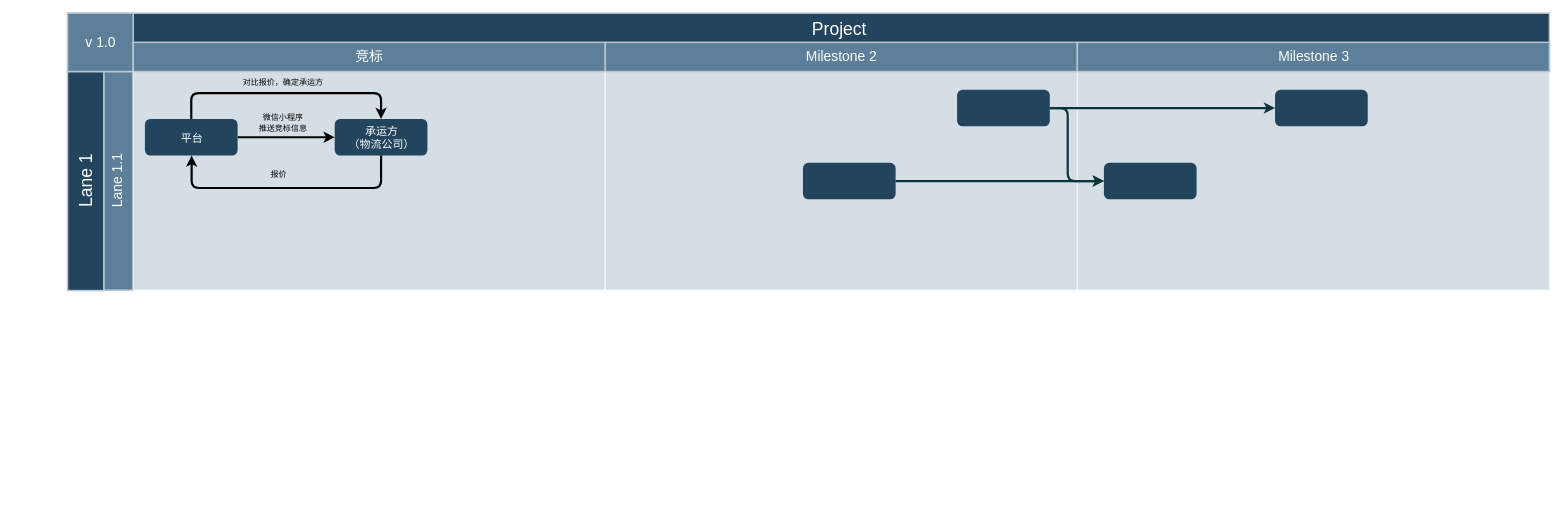
The draw.io diagram draw/KunShan_HuaZhongBao/Untitled Diagram.drawio in hainayun/nanjing_dev, before the edit. Source tidied: cells renumbered, new cells numbered last; positions are measured from the earlier drawing's top-left corner, leaving out a move shared by most shapes. Both pictures are drawn from the tidied source at 73%, with x=0, y=0 at pixel (67, 12).
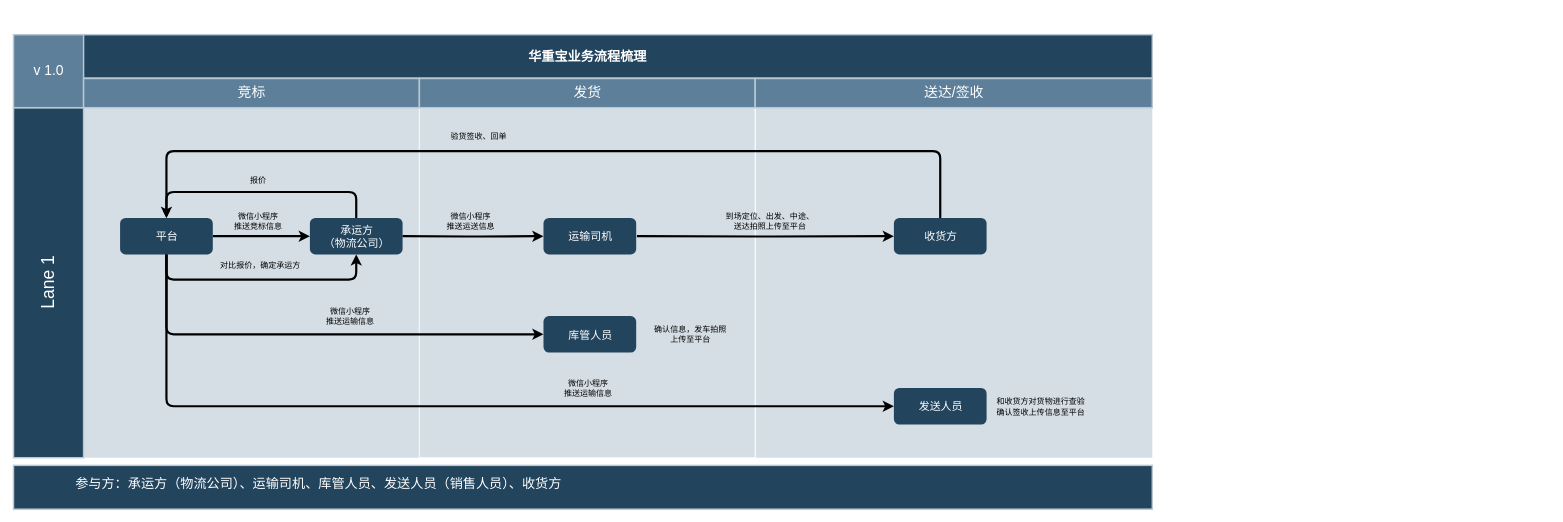
The same page after the edit.

The change refers to these unchanged cells:
```xml
<mxCell id="9" style="edgeStyle=orthogonalEdgeStyle;rounded=1;jettySize=auto;html=1;strokeWidth=3;labelBackgroundColor=none;" parent="1" edge="1" source="13" target="25">
  <mxGeometry relative="1" as="geometry" />
</mxCell>
```

Diff of the diagram source:
```diff
@@
-    <mxCell id="2" value="Project&#10;" style="strokeColor=#BAC8D3;fillColor=#23445D;fontSize=24;strokeWidth=2;fontFamily=Helvetica;html=1;fontColor=#FFFFFF;fontStyle=0;spacingBottom=8;spacingRight=0;spacingLeft=83;" parent="1" vertex="1">
-      <mxGeometry y="0.5" width="2030" height="80" as="geometry" />
+    <mxCell id="2" style="strokeColor=#BAC8D3;fillColor=#23445D;fontSize=24;strokeWidth=2;fontFamily=Helvetica;html=1;fontColor=#FFFFFF;fontStyle=0;spacingBottom=8;spacingRight=0;spacingLeft=83;" parent="1" vertex="1">
+      <mxGeometry x="-68" y="30" width="1554" height="59.5" as="geometry" />
     </mxCell>
     <mxCell id="3" value="Lane 1" style="strokeColor=#BAC8D3;fillColor=#23445D;fontSize=24;strokeWidth=2;horizontal=0;fontFamily=Helvetica;html=1;fontColor=#FFFFFF;fontStyle=0;" parent="1" vertex="1">
-      <mxGeometry y="80.5" width="50" height="300" as="geometry" />
+      <mxGeometry x="-74" y="130" width="96" height="479.5" as="geometry" />
     </mxCell>
-    <mxCell id="4" value="Lane 1.1" style="strokeColor=#BAC8D3;fillColor=#5d7f99;fontSize=19;strokeWidth=2;horizontal=0;fontFamily=Helvetica;html=1;labelBackgroundColor=none;fontColor=#FFFFFF;" parent="1" vertex="1">
-      <mxGeometry x="50" y="80.5" width="40" height="299.5" as="geometry" />
-    </mxCell>
     <mxCell id="5" value="v 1.0" style="strokeColor=#BAC8D3;fillColor=#5d7f99;fontSize=19;strokeWidth=2;fontFamily=Helvetica;html=1;labelBackgroundColor=none;fontColor=#FFFFFF;" parent="1" vertex="1">
-      <mxGeometry y="0.5" width="90" height="80" as="geometry" />
+      <mxGeometry x="-74" y="30" width="96" height="100" as="geometry" />
     </mxCell>
-    <mxCell id="6" style="strokeColor=#FFFFFF;fontSize=18;strokeWidth=2;fontFamily=Helvetica;html=1;opacity=60;fillColor=#BAC8D3;" parent="1" vertex="1">
-      <mxGeometry x="90" y="80.5" width="646.7" height="299.5" as="geometry" />
+    <mxCell id="6" style="fontSize=18;strokeWidth=2;fontFamily=Helvetica;html=1;opacity=60;fillColor=#BAC8D3;strokeColor=none;" parent="1" vertex="1">
+      <mxGeometry x="22" y="130" width="460" height="479.5" as="geometry" />
     </mxCell>
-    <mxCell id="7" style="strokeColor=#FFFFFF;fillColor=#BAC8D3;fontSize=18;strokeWidth=2;fontFamily=Helvetica;html=1;opacity=60;" parent="1" vertex="1">
-      <mxGeometry x="736.7" y="80.5" width="647" height="299.5" as="geometry" />
+    <mxCell id="7" style="fillColor=#BAC8D3;fontSize=18;strokeWidth=2;fontFamily=Helvetica;html=1;opacity=60;strokeColor=#FFFFFF;" parent="1" vertex="1">
+      <mxGeometry x="482" y="130" width="460" height="479.5" as="geometry" />
     </mxCell>
-    <mxCell id="8" style="strokeColor=#FFFFFF;fillColor=#BAC8D3;fontSize=18;strokeWidth=2;fontFamily=Helvetica;html=1;opacity=60;" parent="1" vertex="1">
-      <mxGeometry x="1383.3" y="80.5" width="647" height="299.5" as="geometry" />
+    <mxCell id="8" style="fillColor=#BAC8D3;fontSize=18;strokeWidth=2;fontFamily=Helvetica;html=1;opacity=60;strokeColor=none;" parent="1" vertex="1">
+      <mxGeometry x="943" y="130" width="543" height="479.5" as="geometry" />
     </mxCell>
@@
-    <mxCell id="11" value="对比报价，确定承运方" style="edgeLabel;html=1;align=center;verticalAlign=middle;labelBackgroundColor=none;" parent="9" vertex="1">
+    <mxCell id="11" value="报价" style="edgeLabel;html=1;align=center;verticalAlign=middle;labelBackgroundColor=none;" parent="9" vertex="1">
       <mxGeometry x="0.03" y="3" relative="1" as="geometry">
-        <mxPoint x="-6.7" y="-72.5" as="offset" />
+        <mxPoint x="-6.7" y="-73.5" as="offset" />
       </mxGeometry>
     </mxCell>
+    <mxCell id="28" value="验货签收、回单" style="edgeLabel;html=1;align=center;verticalAlign=middle;labelBackgroundColor=none;" parent="9" vertex="1">
+      <mxGeometry x="0.03" y="3" relative="1" as="geometry">
+        <mxPoint x="295" y="-133.5" as="offset" />
+      </mxGeometry>
+    </mxCell>
-    <mxCell id="12" style="edgeStyle=orthogonalEdgeStyle;rounded=1;jettySize=auto;html=1;entryX=0.5;entryY=0;entryDx=0;entryDy=0;labelBackgroundColor=none;strokeWidth=3;exitX=0.5;exitY=0;exitDx=0;exitDy=0;" parent="1" edge="1" source="13" target="25">
+    <mxCell id="12" style="edgeStyle=orthogonalEdgeStyle;rounded=1;jettySize=auto;html=1;entryX=0.5;entryY=0;entryDx=0;entryDy=0;labelBackgroundColor=none;strokeWidth=3;exitX=0.5;exitY=0;exitDx=0;exitDy=0;" parent="1" edge="1" source="25" target="13">
       <mxGeometry relative="1" as="geometry">
         <Array as="points">
-          <mxPoint x="170" y="110" />
-          <mxPoint x="430" y="110" />
+          <mxPoint x="396" y="245.5" />
+          <mxPoint x="136" y="245.5" />
         </Array>
       </mxGeometry>
     </mxCell>
     <mxCell id="13" value="&lt;font color=&quot;#ffffff&quot;&gt;&lt;span style=&quot;font-size: 15px&quot;&gt;平台&lt;/span&gt;&lt;/font&gt;" style="rounded=1;fillColor=#23445D;strokeColor=none;strokeWidth=2;fontFamily=Helvetica;html=1;gradientColor=none;" parent="1" vertex="1">
-      <mxGeometry x="106" y="145.5" width="127" height="50" as="geometry" />
+      <mxGeometry x="72" y="281" width="127" height="50" as="geometry" />
     </mxCell>
-    <mxCell id="14" style="rounded=1;fillColor=#23445D;strokeColor=none;strokeWidth=2;fontFamily=Helvetica;html=1;gradientColor=none;" parent="1" vertex="1">
-      <mxGeometry x="1007.4" y="205.5" width="127" height="50" as="geometry" />
-    </mxCell>
-    <mxCell id="15" style="rounded=1;fillColor=#23445D;strokeColor=none;strokeWidth=2;fontFamily=Helvetica;html=1;gradientColor=none;" parent="1" vertex="1">
-      <mxGeometry x="1218.6" y="105.5" width="127" height="50" as="geometry" />
-    </mxCell>
-    <mxCell id="16" style="rounded=1;fillColor=#23445D;strokeColor=none;strokeWidth=2;gradientColor=none;fontFamily=Helvetica;html=1;" parent="1" vertex="1">
-      <mxGeometry x="1419.7" y="205.5" width="127" height="50" as="geometry" />
-    </mxCell>
-    <mxCell id="17" style="rounded=1;fillColor=#23445D;strokeColor=none;strokeWidth=2;gradientColor=none;fontFamily=Helvetica;html=1;" parent="1" vertex="1">
-      <mxGeometry x="1654.1" y="105.5" width="127" height="50" as="geometry" />
-    </mxCell>
-    <mxCell id="18" style="edgeStyle=elbowEdgeStyle;elbow=horizontal;strokeWidth=3;strokeColor=#0C343D;fontFamily=Helvetica;html=1;" parent="1" edge="1" source="14" target="16">
-      <mxGeometry x="6.4" y="830.5" as="geometry" />
-    </mxCell>
-    <mxCell id="19" style="edgeStyle=elbowEdgeStyle;elbow=horizontal;strokeWidth=3;strokeColor=#0C343D;fontFamily=Helvetica;html=1;" parent="1" edge="1" source="15" target="16">
-      <mxGeometry x="6.4" y="830.5" as="geometry">
-        <Array as="points">
-          <mxPoint x="1370.1" y="180.5" />
-        </Array>
-      </mxGeometry>
-    </mxCell>
-    <mxCell id="20" style="edgeStyle=elbowEdgeStyle;elbow=horizontal;strokeWidth=3;strokeColor=#0C343D;fontFamily=Helvetica;html=1;" parent="1" edge="1" source="15" target="17">
-      <mxGeometry x="6.4" y="830.5" as="geometry" />
-    </mxCell>
-    <mxCell id="21" style="group;" parent="1" vertex="1">
-      <mxGeometry x="90" y="40.5" width="646.7" height="40" as="geometry" />
-    </mxCell>
+    <mxCell id="25" value="&lt;font color=&quot;#ffffff&quot;&gt;&lt;span style=&quot;font-size: 15px&quot;&gt;承运方&lt;br&gt;（物流公司）&lt;/span&gt;&lt;/font&gt;" style="rounded=1;fillColor=#23445D;strokeColor=none;strokeWidth=2;fontFamily=Helvetica;html=1;gradientColor=none;" parent="1" vertex="1">
+      <mxGeometry x="332" y="281" width="127" height="50" as="geometry" />
+    </mxCell>
+    <mxCell id="26" style="edgeStyle=orthogonalEdgeStyle;rounded=1;jettySize=auto;html=1;strokeWidth=3;labelBackgroundColor=none;exitX=0.5;exitY=1;exitDx=0;exitDy=0;entryX=0.5;entryY=1;entryDx=0;entryDy=0;" parent="1" edge="1" source="13" target="25">
+      <mxGeometry relative="1" as="geometry">
+        <Array as="points">
+          <mxPoint x="136" y="365.5" />
+          <mxPoint x="396" y="365.5" />
+        </Array>
+      </mxGeometry>
+    </mxCell>
+    <mxCell id="27" value="对比报价，确定承运方" style="edgeLabel;html=1;align=center;verticalAlign=middle;labelBackgroundColor=none;" parent="26" vertex="1">
+      <mxGeometry x="0.03" y="3" relative="1" as="geometry">
+        <mxPoint x="-6.7" y="-17" as="offset" />
+      </mxGeometry>
+    </mxCell>
+    <mxCell id="29" value="&lt;font color=&quot;#ffffff&quot;&gt;&lt;span style=&quot;font-size: 15px&quot;&gt;运输司机&lt;/span&gt;&lt;/font&gt;" style="rounded=1;fillColor=#23445D;strokeColor=none;strokeWidth=2;fontFamily=Helvetica;html=1;gradientColor=none;" parent="1" vertex="1">
+      <mxGeometry x="652" y="281" width="127" height="50" as="geometry" />
+    </mxCell>
+    <mxCell id="30" style="edgeStyle=orthogonalEdgeStyle;rounded=1;jettySize=auto;html=1;strokeWidth=3;labelBackgroundColor=none;" parent="1" edge="1" target="29">
+      <mxGeometry relative="1" as="geometry">
+        <mxPoint x="459" y="306" as="sourcePoint" />
+      </mxGeometry>
+    </mxCell>
+    <mxCell id="31" value="微信小程序&lt;br&gt;推送运送信息" style="edgeLabel;html=1;align=center;verticalAlign=middle;labelBackgroundColor=none;" parent="30" vertex="1">
+      <mxGeometry x="0.03" y="3" relative="1" as="geometry">
+        <mxPoint x="-6.7" y="-17.5" as="offset" />
+      </mxGeometry>
+    </mxCell>
+    <mxCell id="32" style="edgeStyle=orthogonalEdgeStyle;rounded=1;jettySize=auto;html=1;strokeWidth=3;labelBackgroundColor=none;" parent="1" edge="1" target="37">
+      <mxGeometry relative="1" as="geometry">
+        <mxPoint x="780" y="306" as="sourcePoint" />
+      </mxGeometry>
+    </mxCell>
+    <mxCell id="33" value="到场定位、出发、中途、&lt;br&gt;送达拍照上传至平台" style="edgeLabel;html=1;align=center;verticalAlign=middle;labelBackgroundColor=none;" parent="32" vertex="1">
+      <mxGeometry x="0.03" y="3" relative="1" as="geometry">
+        <mxPoint x="0.3" y="-17.5" as="offset" />
+      </mxGeometry>
+    </mxCell>
+    <mxCell id="34" value="确认信息，发车拍照&lt;br&gt;上传至平台" style="edgeLabel;html=1;align=center;verticalAlign=middle;labelBackgroundColor=none;" parent="32" vertex="1">
+      <mxGeometry x="0.03" y="3" relative="1" as="geometry">
+        <mxPoint x="-109.2" y="137.5" as="offset" />
+      </mxGeometry>
+    </mxCell>
+    <mxCell id="35" value="和收货方对货物进行查验&lt;br&gt;确认签收上传信息至平台" style="edgeLabel;html=1;align=center;verticalAlign=middle;labelBackgroundColor=none;" parent="32" vertex="1">
+      <mxGeometry x="0.03" y="3" relative="1" as="geometry">
+        <mxPoint x="370.8" y="236.5" as="offset" />
+      </mxGeometry>
+    </mxCell>
+    <mxCell id="36" style="edgeStyle=orthogonalEdgeStyle;rounded=1;jettySize=auto;html=1;entryX=0.5;entryY=0;entryDx=0;entryDy=0;startArrow=none;startFill=0;startSize=6;endSize=0;strokeWidth=3;exitX=0.5;exitY=0;exitDx=0;exitDy=0;" parent="1" edge="1" source="37" target="13">
+      <mxGeometry relative="1" as="geometry">
+        <Array as="points">
+          <mxPoint x="1195" y="189.5" />
+          <mxPoint x="135" y="189.5" />
+        </Array>
+      </mxGeometry>
+    </mxCell>
+    <mxCell id="37" value="&lt;font color=&quot;#ffffff&quot;&gt;&lt;span style=&quot;font-size: 15px&quot;&gt;收货方&lt;/span&gt;&lt;/font&gt;" style="rounded=1;fillColor=#23445D;strokeColor=none;strokeWidth=2;fontFamily=Helvetica;html=1;gradientColor=none;" parent="1" vertex="1">
+      <mxGeometry x="1132" y="281" width="127" height="50" as="geometry" />
+    </mxCell>
+    <mxCell id="38" value="&lt;font color=&quot;#ffffff&quot;&gt;&lt;span style=&quot;font-size: 15px&quot;&gt;库管人员&lt;/span&gt;&lt;/font&gt;" style="rounded=1;fillColor=#23445D;strokeColor=none;strokeWidth=2;fontFamily=Helvetica;html=1;gradientColor=none;" parent="1" vertex="1">
+      <mxGeometry x="652" y="415.5" width="127" height="50" as="geometry" />
+    </mxCell>
+    <mxCell id="39" style="edgeStyle=orthogonalEdgeStyle;rounded=1;jettySize=auto;html=1;strokeWidth=3;labelBackgroundColor=none;exitX=0.5;exitY=1;exitDx=0;exitDy=0;entryX=0;entryY=0.5;entryDx=0;entryDy=0;" parent="1" edge="1" source="13" target="38">
+      <mxGeometry relative="1" as="geometry">
+        <Array as="points">
+          <mxPoint x="136" y="440.5" />
+        </Array>
+      </mxGeometry>
+    </mxCell>
+    <mxCell id="40" value="微信小程序&lt;br&gt;推送运输信息" style="edgeLabel;html=1;align=center;verticalAlign=middle;labelBackgroundColor=none;" parent="39" vertex="1">
+      <mxGeometry x="0.03" y="3" relative="1" as="geometry">
+        <mxPoint x="38.2" y="-22" as="offset" />
+      </mxGeometry>
+    </mxCell>
+    <mxCell id="41" value="&lt;font color=&quot;#ffffff&quot;&gt;&lt;span style=&quot;font-size: 15px&quot;&gt;发送人员&lt;/span&gt;&lt;/font&gt;" style="rounded=1;fillColor=#23445D;strokeColor=none;strokeWidth=2;fontFamily=Helvetica;html=1;gradientColor=none;" parent="1" vertex="1">
+      <mxGeometry x="1132" y="514" width="127" height="50" as="geometry" />
+    </mxCell>
+    <mxCell id="42" style="edgeStyle=orthogonalEdgeStyle;rounded=1;jettySize=auto;html=1;strokeWidth=3;labelBackgroundColor=none;exitX=0.5;exitY=1;exitDx=0;exitDy=0;entryX=0;entryY=0.5;entryDx=0;entryDy=0;" parent="1" edge="1" source="13" target="41">
+      <mxGeometry relative="1" as="geometry">
+        <Array as="points">
+          <mxPoint x="136" y="539.5" />
+        </Array>
+      </mxGeometry>
+    </mxCell>
+    <mxCell id="43" value="微信小程序&lt;br&gt;推送运输信息" style="edgeLabel;html=1;align=center;verticalAlign=middle;labelBackgroundColor=none;" parent="42" vertex="1">
+      <mxGeometry x="0.03" y="3" relative="1" as="geometry">
+        <mxPoint x="164.5" y="-22" as="offset" />
+      </mxGeometry>
+    </mxCell>
-    <mxCell id="22" value="竞标" style="strokeColor=#BAC8D3;fillColor=#5d7f99;fontSize=19;strokeWidth=2;fontFamily=Helvetica;html=1;labelBackgroundColor=none;fontColor=#FFFFFF;" parent="21" vertex="1">
-      <mxGeometry width="646.7" height="40" as="geometry" />
+    <mxCell id="22" value="竞标" style="strokeColor=#BAC8D3;fillColor=#5d7f99;fontSize=19;strokeWidth=2;fontFamily=Helvetica;html=1;labelBackgroundColor=none;fontColor=#FFFFFF;" parent="1" vertex="1">
+      <mxGeometry x="22" y="90" width="460" height="40" as="geometry" />
     </mxCell>
-    <mxCell id="23" value="Milestone 2" style="strokeColor=#BAC8D3;fillColor=#5d7f99;fontSize=19;strokeWidth=2;fontFamily=Helvetica;html=1;labelBackgroundColor=none;fontColor=#FFFFFF;" parent="21" vertex="1">
-      <mxGeometry x="646.7" width="646.7" height="40" as="geometry" />
+    <mxCell id="23" value="发货" style="strokeColor=#BAC8D3;fillColor=#5d7f99;fontSize=19;strokeWidth=2;fontFamily=Helvetica;html=1;labelBackgroundColor=none;fontColor=#FFFFFF;" parent="1" vertex="1">
+      <mxGeometry x="482" y="90" width="460" height="40" as="geometry" />
     </mxCell>
-    <mxCell id="24" value="Milestone 3" style="strokeColor=#BAC8D3;fillColor=#5d7f99;fontSize=19;strokeWidth=2;fontFamily=Helvetica;html=1;labelBackgroundColor=none;fontColor=#FFFFFF;" parent="21" vertex="1">
-      <mxGeometry x="1293.3" width="646.7" height="40" as="geometry" />
+    <mxCell id="24" value="送达/签收" style="strokeColor=#BAC8D3;fillColor=#5d7f99;fontSize=19;strokeWidth=2;fontFamily=Helvetica;html=1;labelBackgroundColor=none;fontColor=#FFFFFF;" parent="1" vertex="1">
+      <mxGeometry x="942" y="90" width="544" height="40" as="geometry" />
     </mxCell>
-    <mxCell id="25" value="&lt;font color=&quot;#ffffff&quot;&gt;&lt;span style=&quot;font-size: 15px&quot;&gt;承运方&lt;br&gt;（物流公司）&lt;/span&gt;&lt;/font&gt;" style="rounded=1;fillColor=#23445D;strokeColor=none;strokeWidth=2;fontFamily=Helvetica;html=1;gradientColor=none;" parent="1" vertex="1">
-      <mxGeometry x="366" y="145.5" width="127" height="50" as="geometry" />
-    </mxCell>
-    <mxCell id="26" style="edgeStyle=orthogonalEdgeStyle;rounded=1;jettySize=auto;html=1;strokeWidth=3;labelBackgroundColor=none;" parent="1" edge="1" source="25" target="13">
-      <mxGeometry relative="1" as="geometry">
-        <Array as="points">
-          <mxPoint x="430" y="240" />
-          <mxPoint x="170" y="240" />
-        </Array>
-      </mxGeometry>
-    </mxCell>
-    <mxCell id="27" value="报价" style="edgeLabel;html=1;align=center;verticalAlign=middle;labelBackgroundColor=none;" parent="26" vertex="1">
-      <mxGeometry x="0.03" y="3" relative="1" as="geometry">
-        <mxPoint x="-6.7" y="-23" as="offset" />
-      </mxGeometry>
-    </mxCell>
+    <mxCell id="44" value="&lt;b style=&quot;color: rgb(255, 255, 255); font-size: 18px; text-align: left;&quot;&gt;华重宝业务流程梳理&lt;/b&gt;" style="text;html=1;align=center;verticalAlign=middle;fillColor=none;strokeColor=none;rounded=0;fontSize=18;" parent="1" vertex="1">
+      <mxGeometry x="622" y="45" width="180" height="30" as="geometry" />
+    </mxCell>
+    <mxCell id="45" value="参与方：承运方（物流公司）、运输司机、库管人员、发送人员（销售人员）、收货方" style="strokeColor=#BAC8D3;fillColor=#23445D;fontSize=18;strokeWidth=2;fontFamily=Helvetica;html=1;fontColor=#FFFFFF;fontStyle=0;spacingBottom=8;spacingRight=0;spacingLeft=83;align=left;verticalAlign=middle;" parent="1" vertex="1">
+      <mxGeometry x="-74" y="620" width="1560" height="60" as="geometry" />
+    </mxCell>
```
